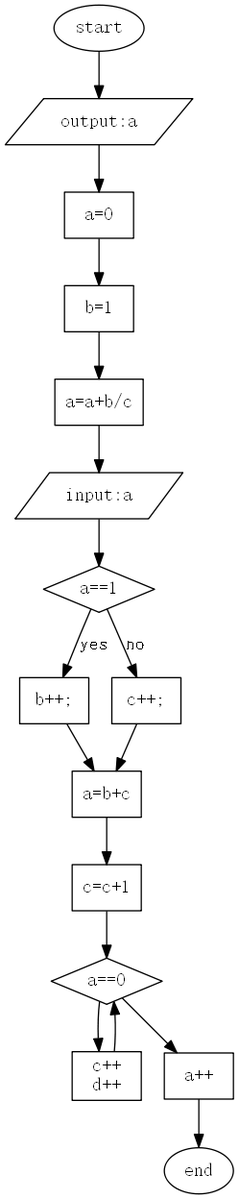
TomSawyer2/C-transform keeps this Graphviz diagram as graph.png. Above is the earlier version. Its source is kept beside it as graph.dot.
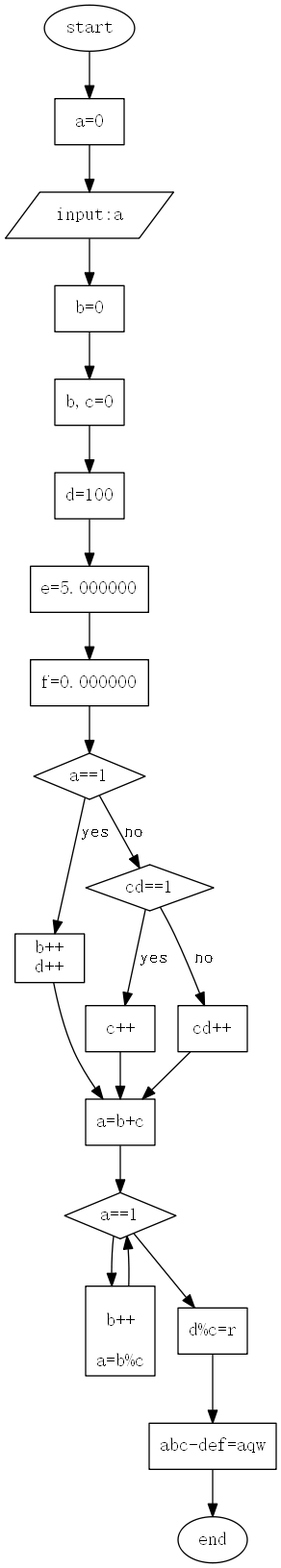
Later version of the same file.

What changed in the source:
```diff
@@ -2,37 +2,49 @@
 edge [fontname="FangSong"];
 node [shape=box, fontname="SimSun" size="20,20"];
 start [shape=ellipse, label="start"];
-start->equal1;
-equal1 [shape=parallelogram, label="output:a"];
-equal1->equal2
-equal2 [shape=box, label="a=0"];
+start->equal1
+equal1 [shape=box, label="a=0"];
+equal1->equal2;
+equal2 [shape=parallelogram, label="input:a"];
 equal2->equal3
-equal3 [shape=box, label="b=1"];
-equal3->equal4;
-equal4 [shape=box, label="a=a+b/c"];
-equal4->equal5;
-equal5 [shape=parallelogram, label="input:a"];
+equal3 [shape=box, label="b=0"];
+equal3->equal4
+equal4 [shape=box, label="b,c=0"];
+equal4->equal5
+equal5 [shape=box, label="d=100"];
 equal5->equal6
-equal6 [shape=diamond, label="a==1"];
-equal6->equal7[label="yes"];
-equal7 [shape=box, label="b++;
-"];
-equal6->equal8[label="no"];
-equal8 [shape=box, label="c++;
-"];
-equal7,equal8->equal9;
-equal9 [shape=box, label="a=b+c"];
-equal9->equal10;
-equal10 [shape=box, label="c=c+1"];
-equal10->equal11
-equal11 [shape=diamond, label="a==0"];
-equal11->equal12
-equal12 [shape=box, label="c++
+equal6 [shape=box, label="e=5.000000"];
+equal6->equal7
+equal7 [shape=box, label="f=0.000000"];
+equal7->equal8
+equal8 [shape=diamond, label="a==1"];
+equal8->equal9[label="yes"];
+equal9 [shape=box, label="b++
 d++
 "];
-equal12->equal11
-equal11->equal13;
-equal13 [shape=box, label="a++"];
-equal13->end;
+equal8->equal10[label="no"];
+equal10 [shape=diamond, label="cd==1"];
+equal10->equal11[label="yes"];
+equal11 [shape=box, label="c++
+"];
+equal10->equal12[label="no"];
+equal12 [shape=box, label="cd++
+"];
+equal9,equal11,equal12->equal13;
+equal13 [shape=box, label="a=b+c"];
+equal13->equal14
+equal14 [shape=diamond, label="a==1"];
+equal14->equal15
+equal15 [shape=box, label="
+b++
+
+a=b%c
+"];
+equal15->equal14
+equal14->equal16;
+equal16 [shape=box, label="d%c=r"];
+equal16->equal17;
+equal17 [shape=box, label="abc-def=aqw"];
+equal17->end;
 end [shape=ellipse, label="end"];
 }
```
